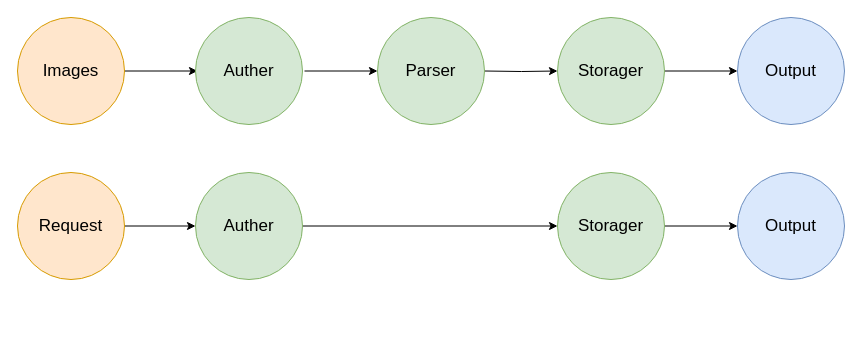
Redns/North keeps this draw.io diagram as page "上传 & 下载" (1 of 5) of doc/3_上传流程.drawio. Above is the earlier version. Source tidied: cells renumbered, new cells numbered last; positions are measured from the earlier drawing's top-left corner, leaving out a move shared by most shapes. Both pictures are drawn from the tidied source at 100%, with x=0, y=0 at pixel (17, 17).
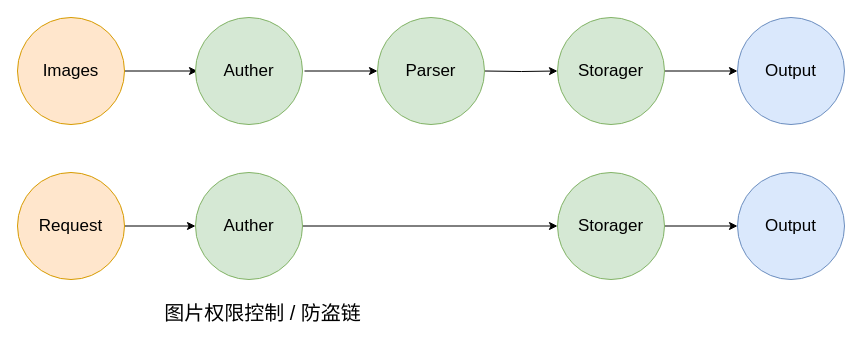
The same diagram, later.

Diff of the diagram source:
```diff
@@
+    <mxCell id="18" value="&lt;font style=&quot;font-size: 20px&quot;&gt;图片权限控制 / 防盗链&lt;/font&gt;" style="text;html=1;align=center;verticalAlign=middle;strokeColor=none;fillColor=none;" parent="1" vertex="1">
+      <mxGeometry x="141" y="284" width="207" height="21" as="geometry" />
+    </mxCell>
```
